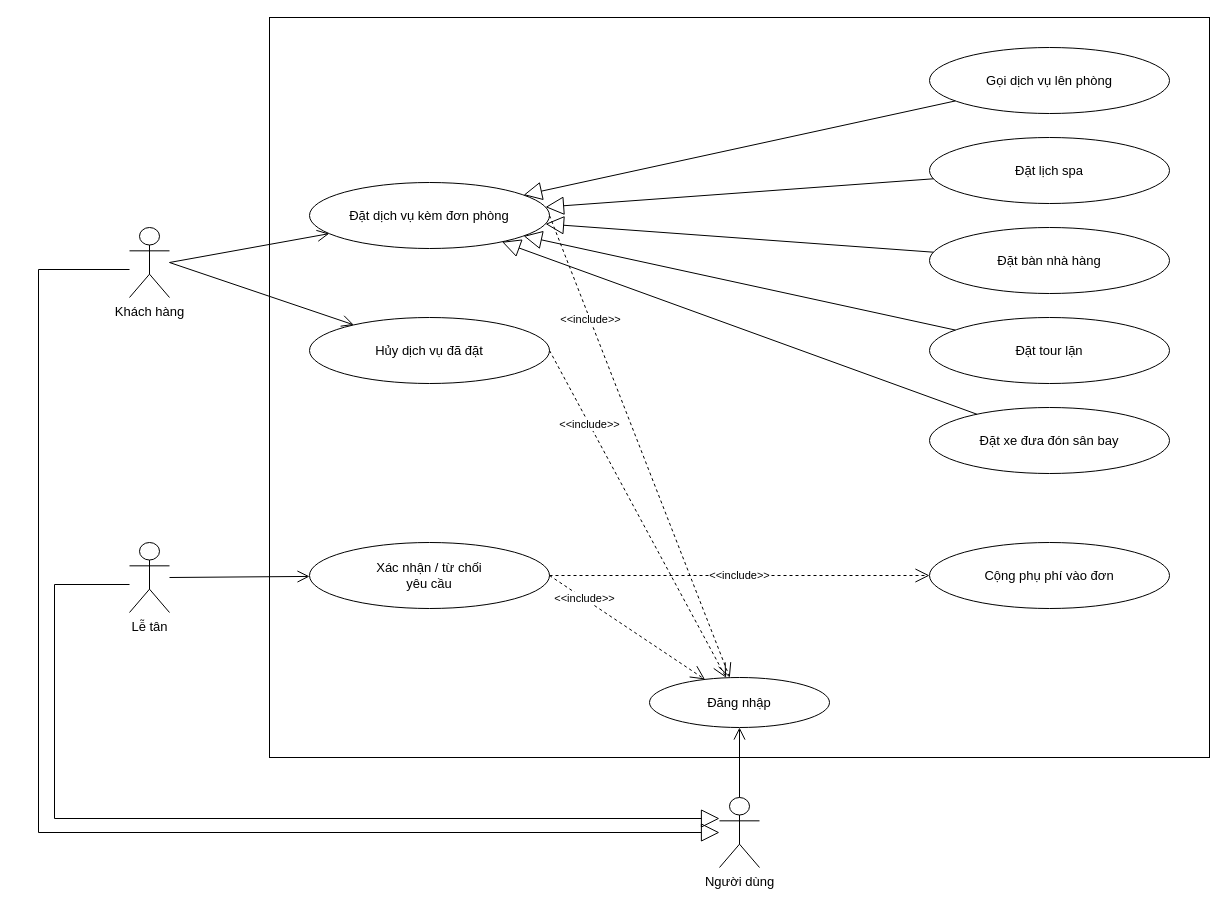
Before: docs/use-case/phan-ra/uc4-dich-vu-kem-don.drawio in ngynquchn2511/beach-hotel, a draw.io diagram. Source tidied: cells renumbered, new cells numbered last; positions are measured from the earlier drawing's top-left corner, leaving out a move shared by most shapes. Both pictures are drawn from the tidied source at 100%, with x=0, y=0 at pixel (38, 17).
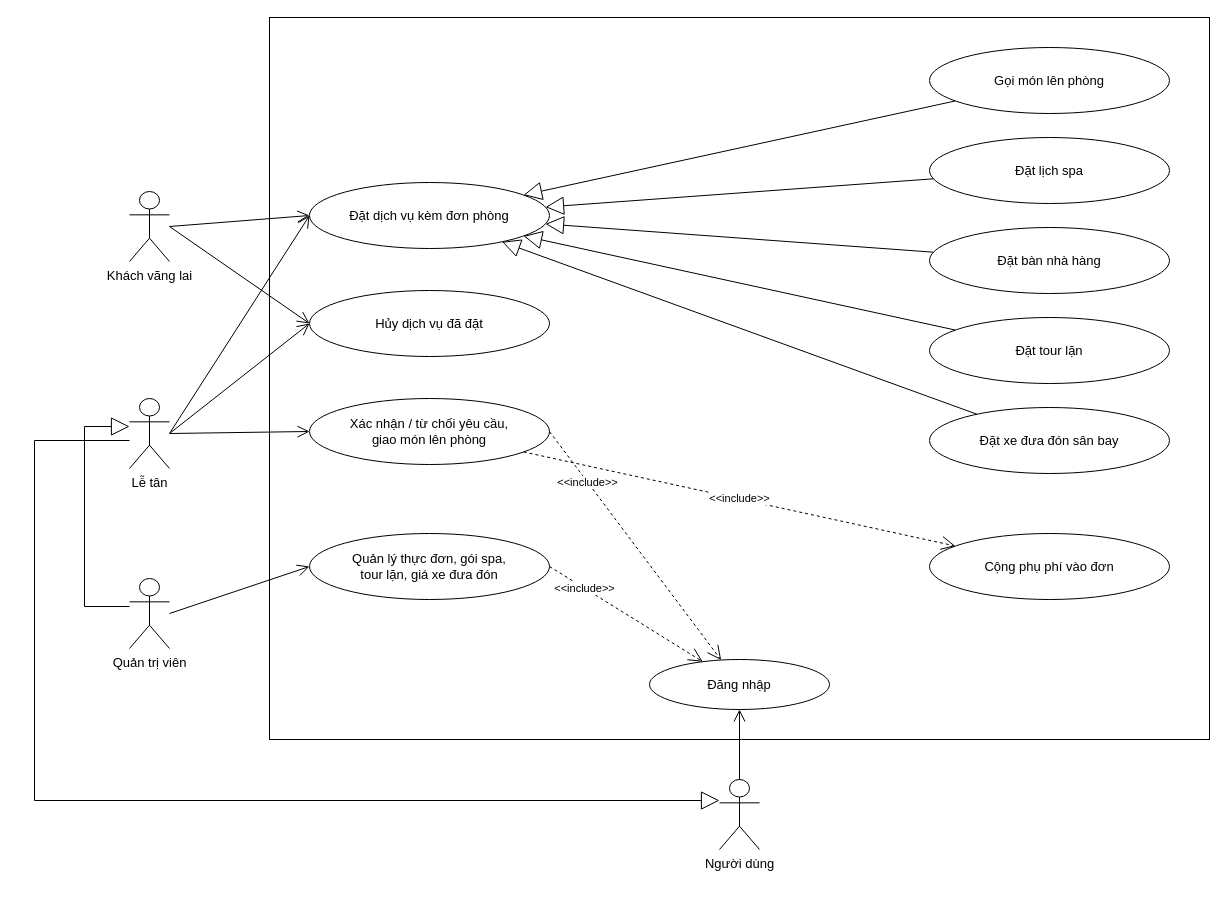
After the change.

Unchanged cells that the change refers to:
```xml
<mxCell id="3" value="Đặt dịch vụ kèm đơn phòng" style="ellipse;whiteSpace=wrap;html=1;fillColor=#FFFFFF;strokeColor=#000000;fontSize=13;" parent="1" vertex="1">
  <mxGeometry x="271" y="165" width="240" height="66" as="geometry" />
</mxCell>
<mxCell id="7" value="Đặt lịch spa" style="ellipse;whiteSpace=wrap;html=1;fillColor=#FFFFFF;strokeColor=#000000;fontSize=13;" parent="1" vertex="1">
  <mxGeometry x="891" y="120" width="240" height="66" as="geometry" />
</mxCell>
<mxCell id="8" value="Đặt bàn nhà hàng" style="ellipse;whiteSpace=wrap;html=1;fillColor=#FFFFFF;strokeColor=#000000;fontSize=13;" parent="1" vertex="1">
  <mxGeometry x="891" y="210" width="240" height="66" as="geometry" />
</mxCell>
<mxCell id="9" value="Đặt tour lặn" style="ellipse;whiteSpace=wrap;html=1;fillColor=#FFFFFF;strokeColor=#000000;fontSize=13;" parent="1" vertex="1">
  <mxGeometry x="891" y="300" width="240" height="66" as="geometry" />
</mxCell>
<mxCell id="10" value="Đặt xe đưa đón sân bay" style="ellipse;whiteSpace=wrap;html=1;fillColor=#FFFFFF;strokeColor=#000000;fontSize=13;" parent="1" vertex="1">
  <mxGeometry x="891" y="390" width="240" height="66" as="geometry" />
</mxCell>
```

Diff of the diagram source:
```diff
@@
     <mxCell id="2" style="rounded=0;whiteSpace=wrap;html=1;fillColor=none;strokeColor=#000000;" parent="1" vertex="1">
-      <mxGeometry x="231" width="940" height="740" as="geometry" />
+      <mxGeometry x="231" width="940" height="722" as="geometry" />
     </mxCell>
@@
     <mxCell id="4" value="Hủy dịch vụ đã đặt" style="ellipse;whiteSpace=wrap;html=1;fillColor=#FFFFFF;strokeColor=#000000;fontSize=13;" parent="1" vertex="1">
-      <mxGeometry x="271" y="300" width="240" height="66" as="geometry" />
+      <mxGeometry x="271" y="273" width="240" height="66" as="geometry" />
     </mxCell>
-    <mxCell id="5" value="Xác nhận / từ chối&lt;br&gt;yêu cầu" style="ellipse;whiteSpace=wrap;html=1;fillColor=#FFFFFF;strokeColor=#000000;fontSize=13;" parent="1" vertex="1">
-      <mxGeometry x="271" y="525" width="240" height="66" as="geometry" />
+    <mxCell id="5" value="Xác nhận / từ chối yêu cầu,&lt;br&gt;giao món lên phòng" style="ellipse;whiteSpace=wrap;html=1;fillColor=#FFFFFF;strokeColor=#000000;fontSize=13;" parent="1" vertex="1">
+      <mxGeometry x="271" y="381" width="240" height="66" as="geometry" />
     </mxCell>
+    <mxCell id="31" value="Quản lý thực đơn, gói spa,&lt;br&gt;tour lặn, giá xe đưa đón" style="ellipse;whiteSpace=wrap;html=1;fillColor=#FFFFFF;strokeColor=#000000;fontSize=13;" parent="1" vertex="1">
+      <mxGeometry x="271" y="516" width="240" height="66" as="geometry" />
+    </mxCell>
-    <mxCell id="6" value="Gọi dịch vụ lên phòng" style="ellipse;whiteSpace=wrap;html=1;fillColor=#FFFFFF;strokeColor=#000000;fontSize=13;" parent="1" vertex="1">
+    <mxCell id="6" value="Gọi món lên phòng" style="ellipse;whiteSpace=wrap;html=1;fillColor=#FFFFFF;strokeColor=#000000;fontSize=13;" parent="1" vertex="1">
       <mxGeometry x="891" y="30" width="240" height="66" as="geometry" />
     </mxCell>
@@
     <mxCell id="11" value="Cộng phụ phí vào đơn" style="ellipse;whiteSpace=wrap;html=1;fillColor=#FFFFFF;strokeColor=#000000;fontSize=13;" parent="1" vertex="1">
-      <mxGeometry x="891" y="525" width="240" height="66" as="geometry" />
+      <mxGeometry x="891" y="516" width="240" height="66" as="geometry" />
     </mxCell>
     <mxCell id="12" value="Đăng nhập" style="ellipse;whiteSpace=wrap;html=1;fillColor=#FFFFFF;strokeColor=#000000;fontSize=13;" parent="1" vertex="1">
-      <mxGeometry x="611" y="660" width="180" height="50" as="geometry" />
+      <mxGeometry x="611" y="642" width="180" height="50" as="geometry" />
     </mxCell>
-    <mxCell id="13" value="Khách hàng" style="shape=umlActor;verticalLabelPosition=bottom;verticalAlign=top;html=1;outlineConnect=0;fillColor=#FFFFFF;strokeColor=#000000;fontSize=13;" parent="1" vertex="1">
-      <mxGeometry x="91" y="210" width="40" height="70" as="geometry" />
-    </mxCell>
+    <mxCell id="32" value="Khách vãng lai" style="shape=umlActor;verticalLabelPosition=bottom;verticalAlign=top;html=1;outlineConnect=0;fillColor=#FFFFFF;strokeColor=#000000;fontSize=13;" parent="1" vertex="1">
+      <mxGeometry x="91" y="174" width="40" height="70" as="geometry" />
+    </mxCell>
     <mxCell id="14" value="Lễ tân" style="shape=umlActor;verticalLabelPosition=bottom;verticalAlign=top;html=1;outlineConnect=0;fillColor=#FFFFFF;strokeColor=#000000;fontSize=13;" parent="1" vertex="1">
-      <mxGeometry x="91" y="525" width="40" height="70" as="geometry" />
+      <mxGeometry x="91" y="381" width="40" height="70" as="geometry" />
     </mxCell>
+    <mxCell id="33" value="Quản trị viên" style="shape=umlActor;verticalLabelPosition=bottom;verticalAlign=top;html=1;outlineConnect=0;fillColor=#FFFFFF;strokeColor=#000000;fontSize=13;" parent="1" vertex="1">
+      <mxGeometry x="91" y="561" width="40" height="70" as="geometry" />
+    </mxCell>
-    <mxCell id="15" style="endArrow=open;endSize=10;html=1;rounded=0;strokeColor=#000000;exitX=1;exitY=0.5;exitDx=0;exitDy=0;exitPerimeter=0;" parent="1" edge="1" source="13" target="3">
+    <mxCell id="15" style="endArrow=open;endSize=10;html=1;rounded=0;strokeColor=#000000;exitX=1;exitY=0.5;exitDx=0;exitDy=0;exitPerimeter=0;entryX=0;entryY=0.5;entryDx=0;entryDy=0;" parent="1" edge="1" source="32" target="3">
       <mxGeometry relative="1" as="geometry" />
     </mxCell>
-    <mxCell id="16" style="endArrow=open;endSize=10;html=1;rounded=0;strokeColor=#000000;exitX=1;exitY=0.5;exitDx=0;exitDy=0;exitPerimeter=0;" parent="1" edge="1" source="13" target="4">
+    <mxCell id="16" style="endArrow=open;endSize=10;html=1;rounded=0;strokeColor=#000000;exitX=1;exitY=0.5;exitDx=0;exitDy=0;exitPerimeter=0;entryX=0;entryY=0.5;entryDx=0;entryDy=0;" parent="1" edge="1" source="32" target="4">
       <mxGeometry relative="1" as="geometry" />
     </mxCell>
-    <mxCell id="17" style="endArrow=open;endSize=10;html=1;rounded=0;strokeColor=#000000;exitX=1;exitY=0.5;exitDx=0;exitDy=0;exitPerimeter=0;" parent="1" edge="1" source="14" target="5">
+    <mxCell id="17" style="endArrow=open;endSize=10;html=1;rounded=0;strokeColor=#000000;exitX=1;exitY=0.5;exitDx=0;exitDy=0;exitPerimeter=0;entryX=0;entryY=0.5;entryDx=0;entryDy=0;" parent="1" edge="1" source="14" target="3">
       <mxGeometry relative="1" as="geometry" />
     </mxCell>
-    <mxCell id="18" value="&amp;lt;&amp;lt;include&amp;gt;&amp;gt;" style="endArrow=open;endSize=12;dashed=1;html=1;rounded=0;strokeColor=#000000;fontSize=11;labelBackgroundColor=#FFFFFF;" parent="1" edge="1" source="5" target="11">
+    <mxCell id="18" style="endArrow=open;endSize=10;html=1;rounded=0;strokeColor=#000000;exitX=1;exitY=0.5;exitDx=0;exitDy=0;exitPerimeter=0;entryX=0;entryY=0.5;entryDx=0;entryDy=0;" parent="1" edge="1" source="14" target="4">
       <mxGeometry relative="1" as="geometry" />
     </mxCell>
-    <mxCell id="19" value="&amp;lt;&amp;lt;include&amp;gt;&amp;gt;" style="endArrow=open;endSize=12;dashed=1;html=1;rounded=0;strokeColor=#000000;fontSize=11;labelBackgroundColor=#FFFFFF;exitX=1;exitY=0.5;exitDx=0;exitDy=0;" parent="1" edge="1" source="3" target="12">
-      <mxGeometry x="-0.55" relative="1" as="geometry" />
+    <mxCell id="19" style="endArrow=open;endSize=10;html=1;rounded=0;strokeColor=#000000;exitX=1;exitY=0.5;exitDx=0;exitDy=0;exitPerimeter=0;entryX=0;entryY=0.5;entryDx=0;entryDy=0;" parent="1" edge="1" source="14" target="5">
+      <mxGeometry relative="1" as="geometry" />
     </mxCell>
-    <mxCell id="20" value="&amp;lt;&amp;lt;include&amp;gt;&amp;gt;" style="endArrow=open;endSize=12;dashed=1;html=1;rounded=0;strokeColor=#000000;fontSize=11;labelBackgroundColor=#FFFFFF;exitX=1;exitY=0.5;exitDx=0;exitDy=0;" parent="1" edge="1" source="4" target="12">
-      <mxGeometry x="-0.55" relative="1" as="geometry" />
+    <mxCell id="20" style="endArrow=open;endSize=10;html=1;rounded=0;strokeColor=#000000;exitX=1;exitY=0.5;exitDx=0;exitDy=0;exitPerimeter=0;entryX=0;entryY=0.5;entryDx=0;entryDy=0;" parent="1" edge="1" source="33" target="31">
+      <mxGeometry relative="1" as="geometry" />
     </mxCell>
-    <mxCell id="21" value="&amp;lt;&amp;lt;include&amp;gt;&amp;gt;" style="endArrow=open;endSize=12;dashed=1;html=1;rounded=0;strokeColor=#000000;fontSize=11;labelBackgroundColor=#FFFFFF;exitX=1;exitY=0.5;exitDx=0;exitDy=0;" parent="1" edge="1" source="5" target="12">
-      <mxGeometry x="-0.55" relative="1" as="geometry" />
+    <mxCell id="21" value="&amp;lt;&amp;lt;include&amp;gt;&amp;gt;" style="endArrow=open;endSize=12;dashed=1;html=1;rounded=0;strokeColor=#000000;fontSize=11;labelBackgroundColor=#FFFFFF;" parent="1" edge="1" source="5" target="11">
+      <mxGeometry relative="1" as="geometry" />
     </mxCell>
-    <mxCell id="22" style="endArrow=block;endSize=16;endFill=0;html=1;rounded=0;strokeColor=#000000;" parent="1" edge="1" source="6" target="3">
-      <mxGeometry relative="1" as="geometry" />
+    <mxCell id="22" value="&amp;lt;&amp;lt;include&amp;gt;&amp;gt;" style="endArrow=open;endSize=12;dashed=1;html=1;rounded=0;strokeColor=#000000;fontSize=11;labelBackgroundColor=#FFFFFF;exitX=1;exitY=0.5;exitDx=0;exitDy=0;" parent="1" edge="1" source="5" target="12">
+      <mxGeometry x="-0.55" relative="1" as="geometry" />
     </mxCell>
-    <mxCell id="23" style="endArrow=block;endSize=16;endFill=0;html=1;rounded=0;strokeColor=#000000;" parent="1" edge="1" source="7" target="3">
-      <mxGeometry relative="1" as="geometry" />
+    <mxCell id="23" value="&amp;lt;&amp;lt;include&amp;gt;&amp;gt;" style="endArrow=open;endSize=12;dashed=1;html=1;rounded=0;strokeColor=#000000;fontSize=11;labelBackgroundColor=#FFFFFF;exitX=1;exitY=0.5;exitDx=0;exitDy=0;" parent="1" edge="1" source="31" target="12">
+      <mxGeometry x="-0.55" relative="1" as="geometry" />
     </mxCell>
-    <mxCell id="24" style="endArrow=block;endSize=16;endFill=0;html=1;rounded=0;strokeColor=#000000;" parent="1" edge="1" source="8" target="3">
+    <mxCell id="24" style="endArrow=block;endSize=16;endFill=0;html=1;rounded=0;strokeColor=#000000;" parent="1" edge="1" source="6" target="3">
       <mxGeometry relative="1" as="geometry" />
     </mxCell>
-    <mxCell id="25" style="endArrow=block;endSize=16;endFill=0;html=1;rounded=0;strokeColor=#000000;" parent="1" edge="1" source="9" target="3">
+    <mxCell id="25" style="endArrow=block;endSize=16;endFill=0;html=1;rounded=0;strokeColor=#000000;" parent="1" edge="1" source="7" target="3">
       <mxGeometry relative="1" as="geometry" />
     </mxCell>
-    <mxCell id="26" style="endArrow=block;endSize=16;endFill=0;html=1;rounded=0;strokeColor=#000000;" parent="1" edge="1" source="10" target="3">
+    <mxCell id="26" style="endArrow=block;endSize=16;endFill=0;html=1;rounded=0;strokeColor=#000000;" parent="1" edge="1" source="8" target="3">
       <mxGeometry relative="1" as="geometry" />
     </mxCell>
-    <mxCell id="27" value="Người dùng" style="shape=umlActor;verticalLabelPosition=bottom;verticalAlign=top;html=1;outlineConnect=0;fillColor=#FFFFFF;strokeColor=#000000;fontSize=13;" parent="1" vertex="1">
-      <mxGeometry x="681" y="780" width="40" height="70" as="geometry" />
-    </mxCell>
-    <mxCell id="28" style="endArrow=open;endSize=10;html=1;rounded=0;strokeColor=#000000;exitX=0.5;exitY=0;exitDx=0;exitDy=0;exitPerimeter=0;" parent="1" edge="1" source="27" target="12">
+    <mxCell id="28" style="endArrow=block;endSize=16;endFill=0;html=1;rounded=0;strokeColor=#000000;" parent="1" edge="1" source="9" target="3">
       <mxGeometry relative="1" as="geometry" />
     </mxCell>
-    <mxCell id="29" style="endArrow=block;endSize=16;endFill=0;html=1;rounded=0;strokeColor=#000000;exitX=0;exitY=0.6;exitDx=0;exitDy=0;exitPerimeter=0;entryX=0;entryY=0.3;entryDx=0;entryDy=0;entryPerimeter=0;" parent="1" edge="1" source="14" target="27">
-      <mxGeometry relative="1" as="geometry">
-        <Array as="points">
-          <mxPoint x="16" y="567" />
-          <mxPoint x="16" y="801" />
-        </Array>
-      </mxGeometry>
+    <mxCell id="29" style="endArrow=block;endSize=16;endFill=0;html=1;rounded=0;strokeColor=#000000;" parent="1" edge="1" source="10" target="3">
+      <mxGeometry relative="1" as="geometry" />
     </mxCell>
-    <mxCell id="30" style="endArrow=block;endSize=16;endFill=0;html=1;rounded=0;strokeColor=#000000;exitX=0;exitY=0.6;exitDx=0;exitDy=0;exitPerimeter=0;entryX=0;entryY=0.5;entryDx=0;entryDy=0;entryPerimeter=0;" parent="1" edge="1" source="13" target="27">
+    <mxCell id="30" style="endArrow=block;endSize=16;endFill=0;html=1;rounded=0;strokeColor=#000000;exitX=0;exitY=0.4;exitDx=0;exitDy=0;exitPerimeter=0;entryX=0;entryY=0.4;entryDx=0;entryDy=0;entryPerimeter=0;" parent="1" edge="1" source="33" target="14">
       <mxGeometry relative="1" as="geometry">
         <Array as="points">
-          <mxPoint y="252" />
-          <mxPoint y="815" />
+          <mxPoint x="46" y="589" />
+          <mxPoint x="46" y="409" />
         </Array>
       </mxGeometry>
     </mxCell>
+    <mxCell id="27" value="Người dùng" style="shape=umlActor;verticalLabelPosition=bottom;verticalAlign=top;html=1;outlineConnect=0;fillColor=#FFFFFF;strokeColor=#000000;fontSize=13;" parent="1" vertex="1">
+      <mxGeometry x="681" y="762" width="40" height="70" as="geometry" />
+    </mxCell>
+    <mxCell id="34" style="endArrow=open;endSize=10;html=1;rounded=0;strokeColor=#000000;exitX=0.5;exitY=0;exitDx=0;exitDy=0;exitPerimeter=0;" parent="1" edge="1" source="27" target="12">
+      <mxGeometry relative="1" as="geometry" />
+    </mxCell>
+    <mxCell id="35" style="endArrow=block;endSize=16;endFill=0;html=1;rounded=0;strokeColor=#000000;exitX=0;exitY=0.6;exitDx=0;exitDy=0;exitPerimeter=0;entryX=0;entryY=0.3;entryDx=0;entryDy=0;entryPerimeter=0;" parent="1" edge="1" source="14" target="27">
+      <mxGeometry relative="1" as="geometry">
+        <Array as="points">
+          <mxPoint x="-4" y="423" />
+          <mxPoint x="-4" y="783" />
+        </Array>
+      </mxGeometry>
+    </mxCell>
```
